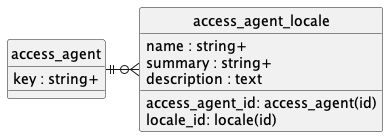
Earlier version of the PlantUML export doc/concepts/access_agent/uml.png (contactopensource/contactopensource).
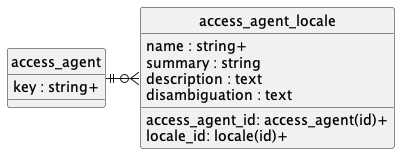
After the change.

Change to the diagram source:
```diff
@@ -8,11 +8,12 @@
 }
 
 entity access_agent_locale {
-    access_agent_id: access_agent(id)
-    locale_id: locale(id)
+    access_agent_id: access_agent(id)+
+    locale_id: locale(id)+
     name : string+
-    summary : string+
+    summary : string
     description : text
+    disambiguation : text
 }
 
 access_agent ||-r-o{ access_agent_locale
```
